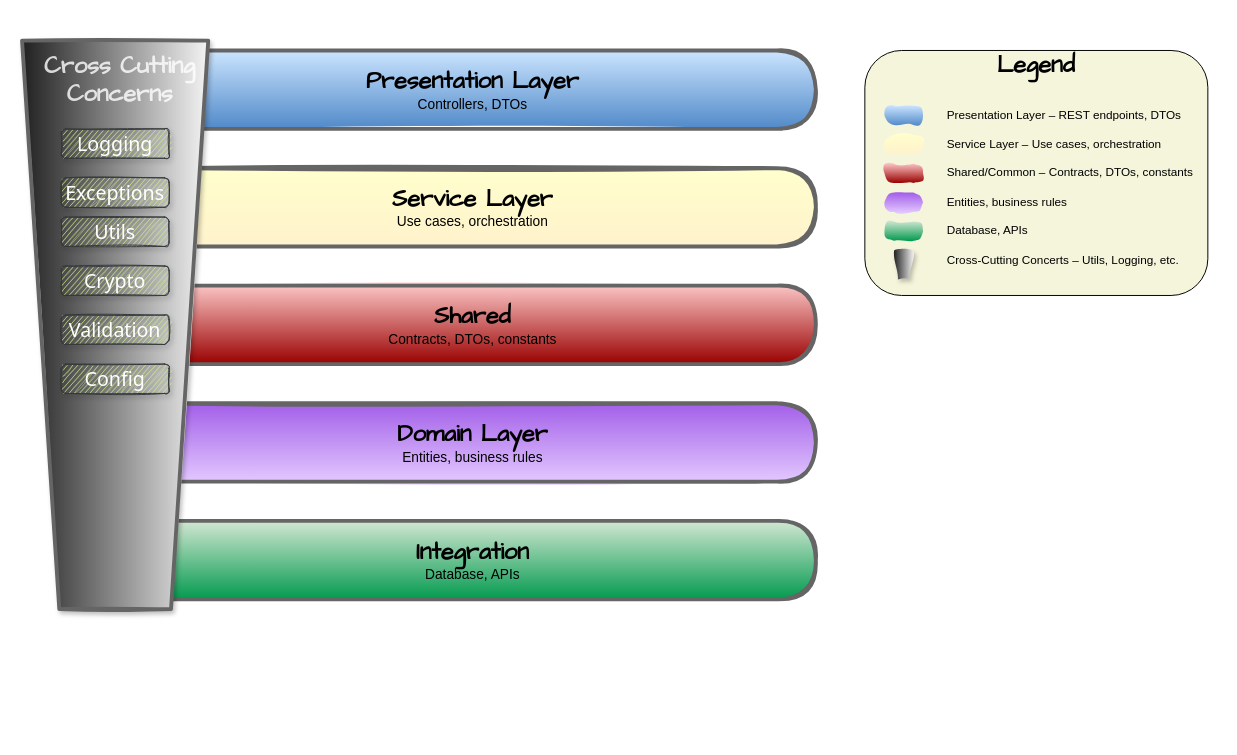
Above: assets/diagram/layered-architecture.drawio in git-steven/git-steven.github.io (draw.io), before the change. Source tidied: cells renumbered, new cells numbered last; positions are measured from the earlier drawing's top-left corner, leaving out a move shared by most shapes. Both pictures are drawn from the tidied source at 98%, with x=0, y=0 at pixel (22, 21).
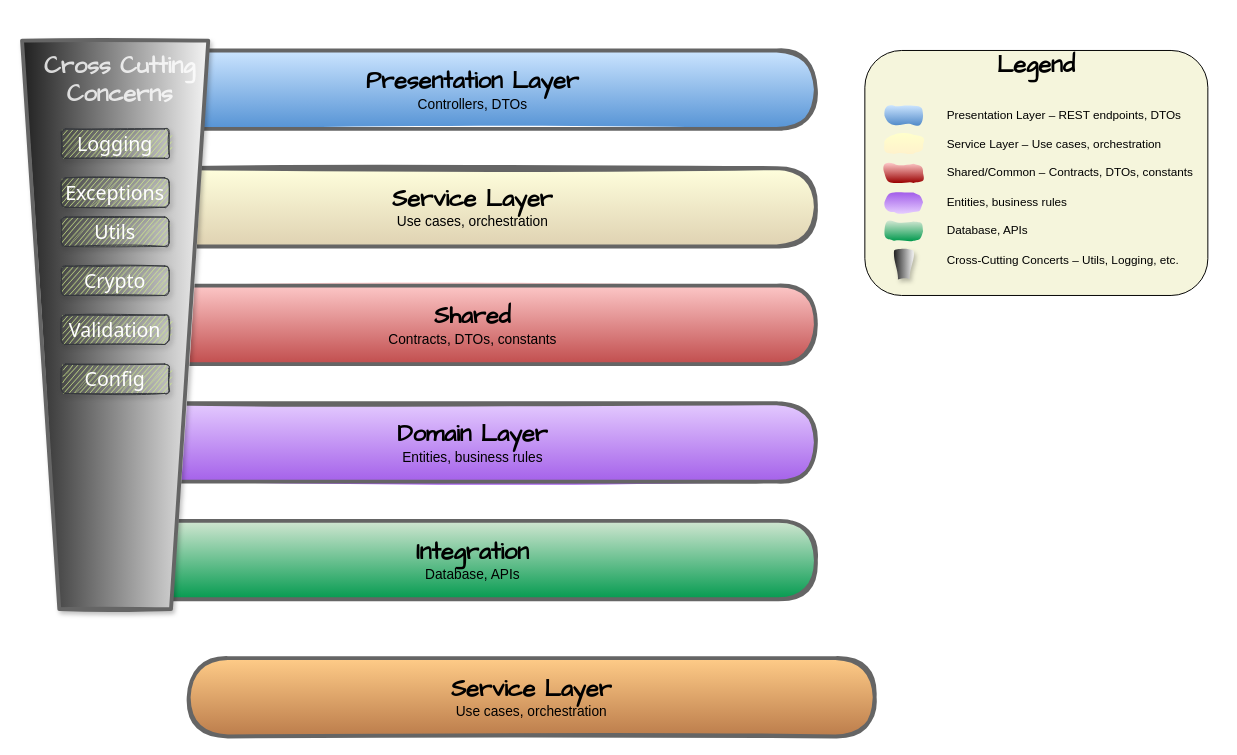
The same page after the edit.

What changed in the source:
```diff
@@
-    <mxCell id="3" value="&lt;b&gt;&lt;font style=&quot;font-size: 24px;&quot; face=&quot;Architects Daughter&quot;&gt;Presentation Layer&lt;/font&gt;&lt;/b&gt;&lt;br&gt;&lt;span style=&quot;font-weight: normal;&quot;&gt;Controllers, DTOs&lt;/span&gt;" style="rounded=1;whiteSpace=wrap;html=1;fillColor=#CCE5FF;strokeColor=#656565;fontSize=14;fontStyle=1;strokeWidth=3.937;sketch=1;curveFitting=1;jiggle=1;gradientColor=#5089C8;arcSize=50;" parent="1" vertex="1">
+    <mxCell id="3" value="&lt;b&gt;&lt;font style=&quot;font-size: 24px;&quot; face=&quot;Architects Daughter&quot;&gt;Presentation Layer&lt;/font&gt;&lt;/b&gt;&lt;br&gt;&lt;span style=&quot;font-weight: normal;&quot;&gt;Controllers, DTOs&lt;/span&gt;" style="rounded=1;whiteSpace=wrap;html=1;fillColor=#CCE5FF;strokeColor=#656565;fontSize=14;fontStyle=1;strokeWidth=3.937;sketch=1;curveFitting=1;jiggle=1;gradientColor=#5593D5;arcSize=50;" parent="1" vertex="1">
       <mxGeometry x="110" y="30" width="700" height="80" as="geometry" />
     </mxCell>
-    <mxCell id="4" value="&lt;b&gt;&lt;font style=&quot;font-size: 24px;&quot; face=&quot;Architects Daughter&quot;&gt;Service Layer&lt;/font&gt;&lt;/b&gt;&lt;br&gt;&lt;span style=&quot;font-weight: normal;&quot;&gt;Use cases, orchestration&lt;/span&gt;" style="rounded=1;whiteSpace=wrap;html=1;fillColor=#FFFFCC;strokeColor=#656565;fontSize=14;fontStyle=1;strokeWidth=3.937;sketch=1;curveFitting=1;jiggle=1;gradientColor=#FFF2CC;arcSize=50;" parent="1" vertex="1">
+    <mxCell id="4" value="&lt;b&gt;&lt;font style=&quot;font-size: 24px;&quot; face=&quot;Architects Daughter&quot;&gt;Service Layer&lt;/font&gt;&lt;/b&gt;&lt;br&gt;&lt;span style=&quot;font-weight: normal;&quot;&gt;Use cases, orchestration&lt;/span&gt;" style="rounded=1;whiteSpace=wrap;html=1;fillColor=#FFFFDD;strokeColor=#656565;fontSize=14;fontStyle=1;strokeWidth=3.937;sketch=1;curveFitting=1;jiggle=1;gradientColor=#DFD2B2;arcSize=50;" parent="1" vertex="1">
       <mxGeometry x="110" y="150" width="700" height="80" as="geometry" />
     </mxCell>
-    <mxCell id="5" value="&lt;b&gt;&lt;font style=&quot;font-size: 24px;&quot; face=&quot;Architects Daughter&quot;&gt;Shared&lt;/font&gt;&lt;/b&gt;&lt;br&gt;&lt;span style=&quot;font-weight: normal;&quot;&gt;Contracts, DTOs, constants&lt;/span&gt;" style="rounded=1;whiteSpace=wrap;html=1;fillColor=#FFCCCC;strokeColor=#656565;fontSize=14;fontStyle=1;strokeWidth=3.937;sketch=1;curveFitting=1;jiggle=1;gradientColor=#990000;arcSize=50;" parent="1" vertex="1">
+    <mxCell id="5" value="&lt;b&gt;&lt;font style=&quot;font-size: 24px;&quot; face=&quot;Architects Daughter&quot;&gt;Shared&lt;/font&gt;&lt;/b&gt;&lt;br&gt;&lt;span style=&quot;font-weight: normal;&quot;&gt;Contracts, DTOs, constants&lt;/span&gt;" style="rounded=1;whiteSpace=wrap;html=1;fillColor=#FFCCCC;strokeColor=#656565;fontSize=14;fontStyle=1;strokeWidth=3.937;sketch=1;curveFitting=1;jiggle=1;gradientColor=#C14D4D;arcSize=50;" parent="1" vertex="1">
       <mxGeometry x="110" y="270" width="700" height="80" as="geometry" />
     </mxCell>
-    <mxCell id="6" value="&lt;b&gt;&lt;font style=&quot;font-size: 24px;&quot; face=&quot;Architects Daughter&quot;&gt;Domain Layer&lt;/font&gt;&lt;/b&gt;&lt;br&gt;&lt;span style=&quot;font-weight: normal;&quot;&gt;Entities, business rules&lt;/span&gt;" style="rounded=1;whiteSpace=wrap;html=1;fillColor=#A25DE9;strokeColor=#656565;fontSize=14;fontStyle=1;strokeWidth=3.937;sketch=1;curveFitting=1;jiggle=1;gradientColor=#E5CCFF;arcSize=50;" parent="1" vertex="1">
+    <mxCell id="6" value="&lt;b&gt;&lt;font style=&quot;font-size: 24px;&quot; face=&quot;Architects Daughter&quot;&gt;Domain Layer&lt;/font&gt;&lt;/b&gt;&lt;br&gt;&lt;span style=&quot;font-weight: normal;&quot;&gt;Entities, business rules&lt;/span&gt;" style="rounded=1;whiteSpace=wrap;html=1;fillColor=#E5CCFF;strokeColor=#656565;fontSize=14;fontStyle=1;strokeWidth=3.937;sketch=1;curveFitting=1;jiggle=1;gradientColor=#A25DE9;arcSize=50;" parent="1" vertex="1">
       <mxGeometry x="110" y="390" width="700" height="80" as="geometry" />
     </mxCell>
@@
+    <mxCell id="29" value="&lt;b&gt;&lt;font style=&quot;font-size: 24px;&quot; face=&quot;Architects Daughter&quot;&gt;Service Layer&lt;/font&gt;&lt;/b&gt;&lt;br&gt;&lt;span style=&quot;font-weight: normal;&quot;&gt;Use cases, orchestration&lt;/span&gt;" style="rounded=1;whiteSpace=wrap;html=1;fillColor=#FFCC88;strokeColor=#656565;fontSize=14;fontStyle=1;strokeWidth=3.937;sketch=1;curveFitting=1;jiggle=1;gradientColor=#BB7C4B;arcSize=50;fontColor=#000000;" parent="1" vertex="1">
+      <mxGeometry x="170" y="650" width="700" height="80" as="geometry" />
+    </mxCell>
```
